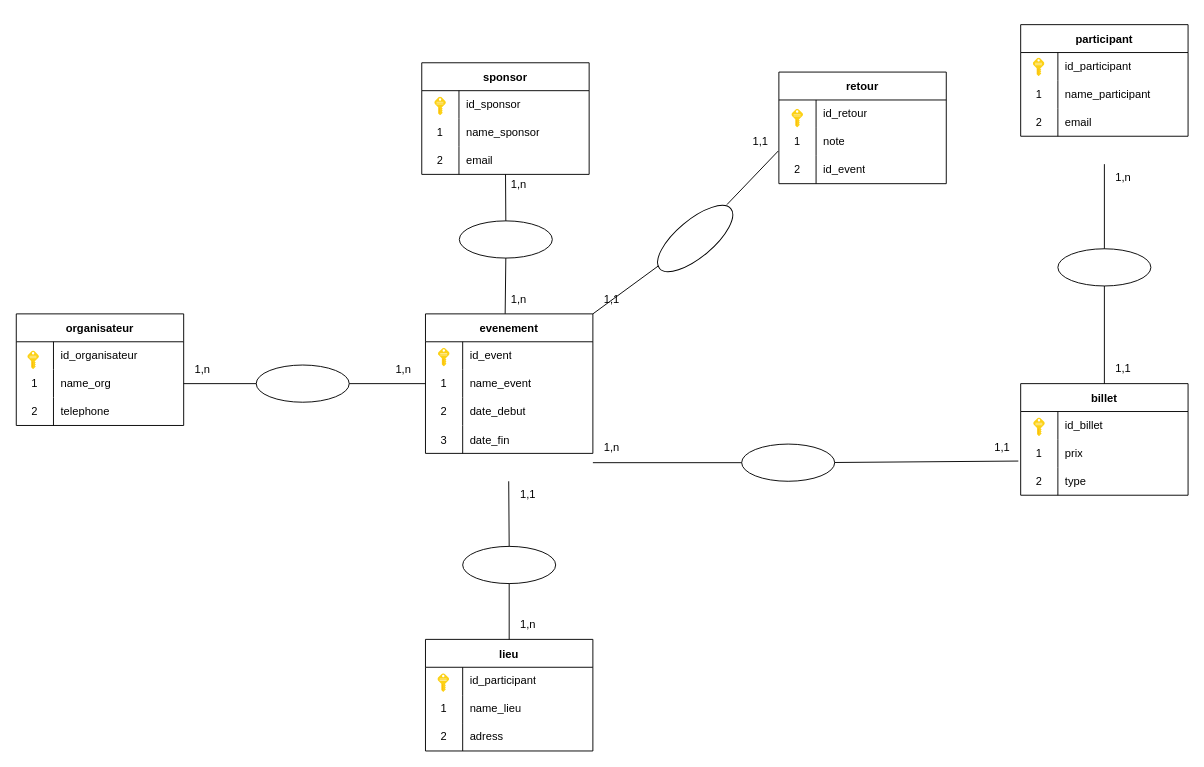
Above: mcd.drawio in Zakaria-Kharroub/Event-Connect (draw.io), before the change. Source tidied: cells renumbered, new cells numbered last; positions are measured from the earlier drawing's top-left corner, leaving out a move shared by most shapes. Both pictures are drawn from the tidied source at 93%, with x=0, y=0 at pixel (16, 24).
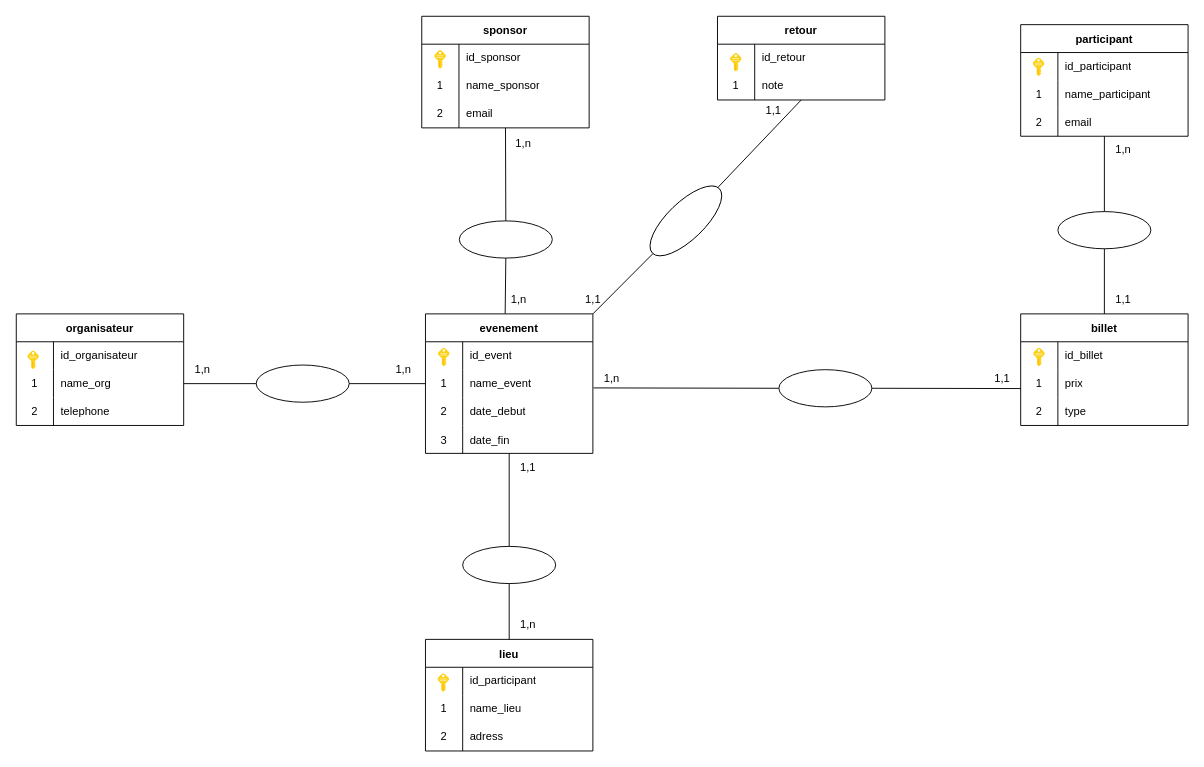
After the change.

Unchanged cells that the change refers to:
```xml
<mxCell id="6" style="shape=tableRow;horizontal=0;startSize=0;swimlaneHead=0;swimlaneBody=0;top=0;left=0;bottom=0;right=0;fillColor=none;points=[[0,0.5],[1,0.5]];portConstraint=eastwest;" parent="2" vertex="1">
  <mxGeometry y="60" width="180" height="30" as="geometry" />
</mxCell>
<mxCell id="12" style="shape=tableRow;horizontal=0;startSize=0;swimlaneHead=0;swimlaneBody=0;fillColor=none;points=[[0,0.5],[1,0.5]];portConstraint=eastwest;top=0;left=0;right=0;bottom=0;" parent="2" vertex="1">
  <mxGeometry y="120" width="180" height="30" as="geometry" />
</mxCell>
<mxCell id="23" style="shape=tableRow;horizontal=0;startSize=0;swimlaneHead=0;swimlaneBody=0;top=0;left=0;bottom=0;right=0;fillColor=none;points=[[0,0.5],[1,0.5]];portConstraint=eastwest;" parent="16" vertex="1">
  <mxGeometry y="90" width="180" height="30" as="geometry" />
</mxCell>
<mxCell id="53" style="shape=tableRow;horizontal=0;startSize=0;swimlaneHead=0;swimlaneBody=0;top=0;left=0;bottom=0;right=0;fillColor=none;points=[[0,0.5],[1,0.5]];portConstraint=eastwest;" parent="49" vertex="1">
  <mxGeometry y="60" width="180" height="30" as="geometry" />
</mxCell>
<mxCell id="74" style="shape=tableRow;horizontal=0;startSize=0;swimlaneHead=0;swimlaneBody=0;top=0;left=0;bottom=0;right=0;fillColor=none;points=[[0,0.5],[1,0.5]];portConstraint=eastwest;" parent="70" vertex="1">
  <mxGeometry y="60" width="180" height="30" as="geometry" />
</mxCell>
<mxCell id="84" style="ellipse;whiteSpace=wrap;html=1;" parent="1" vertex="1">
  <mxGeometry x="480" y="561" width="100" height="40" as="geometry" />
</mxCell>
```

The edit, as a diff of the source:
```diff
@@
     <mxCell id="26" style="sketch=0;html=1;align=center;image;fontSize=12;image=img/lib/mscae/Key.svg;" parent="1" vertex="1">
-      <mxGeometry x="834" y="91" width="12.4" height="20" as="geometry" />
+      <mxGeometry x="768" y="31" width="12.4" height="20" as="geometry" />
     </mxCell>
@@
     <mxCell id="38" value="sponsor" style="shape=table;startSize=30;childLayout=tableLayout;rowLines=0;fontStyle=1;" parent="1" vertex="1">
-      <mxGeometry x="436" y="41" width="180" height="120" as="geometry" />
+      <mxGeometry x="436" y="-9" width="180" height="120" as="geometry" />
     </mxCell>
@@
     <mxCell id="48" style="sketch=0;html=1;align=center;image;fontSize=12;image=img/lib/mscae/Key.svg;" parent="1" vertex="1">
-      <mxGeometry x="450" y="78" width="12.4" height="20" as="geometry" />
+      <mxGeometry x="450" y="28" width="12.4" height="20" as="geometry" />
     </mxCell>
     <mxCell id="49" value="billet" style="shape=table;startSize=30;childLayout=tableLayout;rowLines=0;fontStyle=1;" parent="1" vertex="1">
-      <mxGeometry x="1080" y="386" width="180" height="120" as="geometry" />
+      <mxGeometry x="1080" y="311" width="180" height="120" as="geometry" />
     </mxCell>
@@
     <mxCell id="59" style="sketch=0;html=1;align=center;image;fontSize=12;image=img/lib/mscae/Key.svg;" parent="1" vertex="1">
-      <mxGeometry x="1094" y="423" width="12.4" height="20" as="geometry" />
+      <mxGeometry x="1094" y="348" width="12.4" height="20" as="geometry" />
     </mxCell>
@@
     <mxCell id="70" value="retour" style="shape=table;startSize=30;childLayout=tableLayout;rowLines=0;fontStyle=1;" parent="1" vertex="1">
-      <mxGeometry x="820" y="51" width="180" height="120" as="geometry" />
+      <mxGeometry x="754" y="-9" width="180" height="90" as="geometry" />
     </mxCell>
@@
-    <mxCell id="77" style="shape=tableRow;horizontal=0;startSize=0;swimlaneHead=0;swimlaneBody=0;top=0;left=0;bottom=0;right=0;fillColor=none;" parent="70" vertex="1">
-      <mxGeometry y="90" width="180" height="30" as="geometry" />
-    </mxCell>
-    <mxCell id="78" value="2" style="shape=partialRectangle;html=1;whiteSpace=wrap;fillColor=none;top=0;left=0;bottom=0;right=0;overflow=hidden;" parent="77" vertex="1">
-      <mxGeometry width="40" height="30" as="geometry" />
-    </mxCell>
-    <mxCell id="79" value="id_event" style="shape=partialRectangle;html=1;whiteSpace=wrap;fillColor=none;top=0;left=0;bottom=0;right=0;align=left;spacingLeft=6;overflow=hidden;" parent="77" vertex="1">
-      <mxGeometry x="40" width="140" height="30" as="geometry" />
-    </mxCell>
@@
     <mxCell id="85" style="ellipse;whiteSpace=wrap;html=1;" parent="1" vertex="1">
-      <mxGeometry x="1120" y="241" width="100" height="40" as="geometry" />
+      <mxGeometry x="1120" y="201" width="100" height="40" as="geometry" />
     </mxCell>
     <mxCell id="86" style="ellipse;whiteSpace=wrap;html=1;rotation=90;direction=south;" parent="1" vertex="1">
-      <mxGeometry x="810" y="421" width="40" height="100" as="geometry" />
+      <mxGeometry x="850" y="341" width="40" height="100" as="geometry" />
     </mxCell>
@@
-    <mxCell id="91" style="endArrow=none;html=1;exitX=0.5;exitY=0;exitDx=0;exitDy=0;" parent="1" edge="1" source="85">
-      <mxGeometry relative="1" as="geometry">
-        <mxPoint x="1170" y="150" as="targetPoint" />
-      </mxGeometry>
+    <mxCell id="91" style="endArrow=none;html=1;exitX=0.5;exitY=0;exitDx=0;exitDy=0;" parent="1" edge="1" source="85" target="23">
+      <mxGeometry relative="1" as="geometry" />
     </mxCell>
@@
-    <mxCell id="94" style="endArrow=none;html=1;entryX=0.5;entryY=1;entryDx=0;entryDy=0;exitX=0.5;exitY=0;exitDx=0;exitDy=0;" parent="1" edge="1" source="84">
-      <mxGeometry relative="1" as="geometry">
-        <mxPoint x="529.5" y="491" as="targetPoint" />
-      </mxGeometry>
+    <mxCell id="94" style="endArrow=none;html=1;exitX=0.5;exitY=0;exitDx=0;exitDy=0;" parent="1" edge="1" source="84" target="12">
+      <mxGeometry relative="1" as="geometry" />
     </mxCell>
-    <mxCell id="95" style="endArrow=none;html=1;entryX=1;entryY=0.333;entryDx=0;entryDy=0;entryPerimeter=0;" parent="1" edge="1" source="86">
-      <mxGeometry relative="1" as="geometry">
-        <mxPoint x="620" y="471" as="targetPoint" />
-      </mxGeometry>
+    <mxCell id="95" style="endArrow=none;html=1;entryX=1.004;entryY=0.654;entryDx=0;entryDy=0;entryPerimeter=0;" parent="1" edge="1" source="86" target="6">
+      <mxGeometry relative="1" as="geometry" />
     </mxCell>
-    <mxCell id="96" style="endArrow=none;html=1;entryX=-0.014;entryY=0.775;entryDx=0;entryDy=0;entryPerimeter=0;" parent="1" edge="1" source="86" target="53">
+    <mxCell id="96" style="endArrow=none;html=1;entryX=0.002;entryY=0.677;entryDx=0;entryDy=0;entryPerimeter=0;" parent="1" edge="1" source="86" target="53">
       <mxGeometry relative="1" as="geometry" />
     </mxCell>
     <mxCell id="97" value="1,n" style="text;html=1;align=center;verticalAlign=middle;strokeColor=none;fillColor=none;" parent="1" vertex="1">
-      <mxGeometry x="520" y="157" width="40" height="30" as="geometry" />
+      <mxGeometry x="525" y="113" width="40" height="30" as="geometry" />
     </mxCell>
@@
     <mxCell id="101" value="1,1" style="text;html=1;align=center;verticalAlign=middle;strokeColor=none;fillColor=none;" parent="1" vertex="1">
-      <mxGeometry x="530" y="491" width="40" height="30" as="geometry" />
+      <mxGeometry x="530" y="461" width="40" height="30" as="geometry" />
     </mxCell>
@@
     <mxCell id="103" value="1,1" style="text;html=1;align=center;verticalAlign=middle;strokeColor=none;fillColor=none;" parent="1" vertex="1">
-      <mxGeometry x="1170" y="355" width="40" height="30" as="geometry" />
+      <mxGeometry x="1170" y="281" width="40" height="30" as="geometry" />
     </mxCell>
     <mxCell id="104" value="1,n" style="text;html=1;align=center;verticalAlign=middle;strokeColor=none;fillColor=none;" parent="1" vertex="1">
-      <mxGeometry x="1170" y="150" width="40" height="30" as="geometry" />
+      <mxGeometry x="1170" y="120" width="40" height="30" as="geometry" />
     </mxCell>
     <mxCell id="105" value="1,n" style="text;html=1;align=center;verticalAlign=middle;strokeColor=none;fillColor=none;" parent="1" vertex="1">
-      <mxGeometry x="620" y="439.6" width="40" height="30" as="geometry" />
+      <mxGeometry x="620" y="366" width="40" height="30" as="geometry" />
     </mxCell>
     <mxCell id="106" value="1,1" style="text;html=1;align=center;verticalAlign=middle;strokeColor=none;fillColor=none;" parent="1" vertex="1">
-      <mxGeometry x="1040" y="439.6" width="40" height="30" as="geometry" />
+      <mxGeometry x="1040" y="366" width="40" height="30" as="geometry" />
     </mxCell>
-    <mxCell id="107" style="ellipse;whiteSpace=wrap;html=1;rotation=50;direction=south;" parent="1" vertex="1">
-      <mxGeometry x="710" y="180" width="40" height="100" as="geometry" />
+    <mxCell id="107" style="ellipse;whiteSpace=wrap;html=1;rotation=46;direction=south;" parent="1" vertex="1">
+      <mxGeometry x="700" y="161" width="40" height="100" as="geometry" />
     </mxCell>
@@
-    <mxCell id="109" style="endArrow=none;html=1;entryX=0.004;entryY=0.65;entryDx=0;entryDy=0;entryPerimeter=0;exitX=-0.004;exitY=0.83;exitDx=0;exitDy=0;exitPerimeter=0;" parent="1" edge="1" source="74" target="107">
+    <mxCell id="109" style="endArrow=none;html=1;exitX=0.5;exitY=1;exitDx=0;exitDy=0;exitPerimeter=0;" parent="1" edge="1" source="74" target="107">
       <mxGeometry relative="1" as="geometry" />
     </mxCell>
     <mxCell id="110" value="1,1" style="text;html=1;align=center;verticalAlign=middle;strokeColor=none;fillColor=none;" parent="1" vertex="1">
-      <mxGeometry x="780" y="111" width="40" height="30" as="geometry" />
+      <mxGeometry x="794" y="78" width="40" height="30" as="geometry" />
     </mxCell>
     <mxCell id="111" value="1,1" style="text;html=1;align=center;verticalAlign=middle;strokeColor=none;fillColor=none;" parent="1" vertex="1">
-      <mxGeometry x="620" y="281" width="40" height="30" as="geometry" />
+      <mxGeometry x="600" y="281" width="40" height="30" as="geometry" />
     </mxCell>
```
